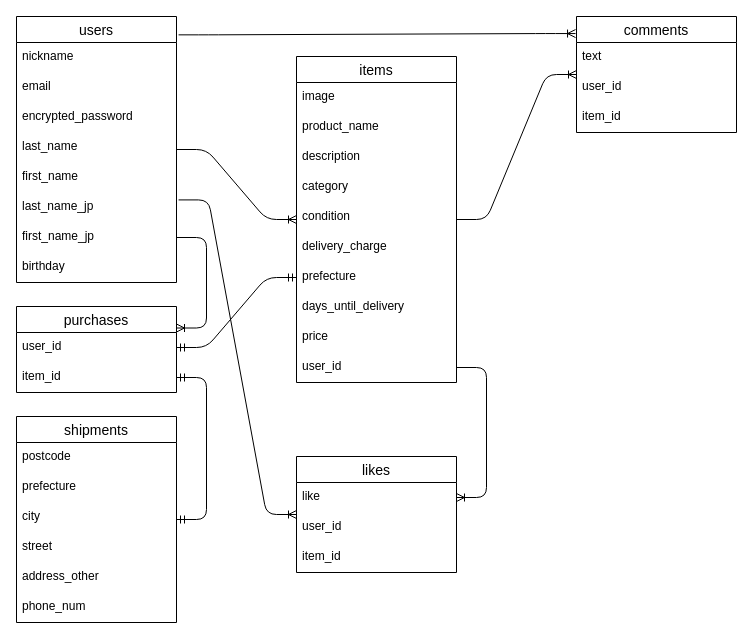
The draw.io diagram furima.dio in troymich123/furima-38091, before the edit. Source tidied: cells renumbered, new cells numbered last; positions are measured from the earlier drawing's top-left corner, leaving out a move shared by most shapes. Both pictures are drawn from the tidied source at 100%, with x=0, y=0 at pixel (16, 16).
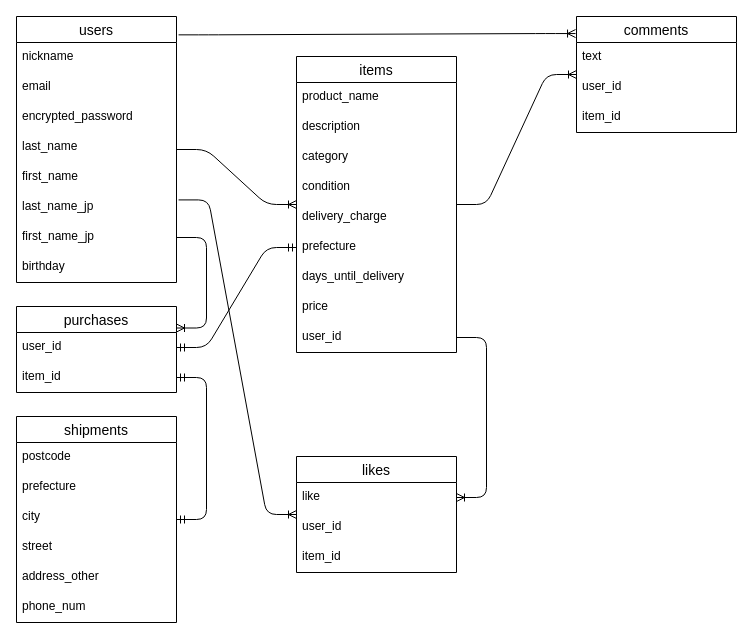
Above is the later version.

Change to the diagram source:
```diff
@@
     <mxCell id="11" value="items" style="swimlane;fontStyle=0;horizontal=1;startSize=26;align=center;fontSize=14;" parent="1" vertex="1">
-      <mxGeometry x="280" y="40" width="160" height="326" as="geometry" />
+      <mxGeometry x="280" y="40" width="160" height="296" as="geometry" />
     </mxCell>
-    <mxCell id="12" value="image" style="text;strokeColor=none;fillColor=none;spacingLeft=4;spacingRight=4;overflow=hidden;fontSize=12;" parent="11" vertex="1">
-      <mxGeometry y="26" width="160" height="30" as="geometry" />
-    </mxCell>
     <mxCell id="13" value="product_name" style="text;strokeColor=none;fillColor=none;spacingLeft=4;spacingRight=4;overflow=hidden;fontSize=12;" parent="11" vertex="1">
-      <mxGeometry y="56" width="160" height="30" as="geometry" />
+      <mxGeometry y="26" width="160" height="30" as="geometry" />
     </mxCell>
     <mxCell id="14" value="description" style="text;strokeColor=none;fillColor=none;spacingLeft=4;spacingRight=4;overflow=hidden;fontSize=12;" parent="11" vertex="1">
-      <mxGeometry y="86" width="160" height="30" as="geometry" />
+      <mxGeometry y="56" width="160" height="30" as="geometry" />
     </mxCell>
     <mxCell id="15" value="category" style="text;strokeColor=none;fillColor=none;spacingLeft=4;spacingRight=4;overflow=hidden;fontSize=12;" parent="11" vertex="1">
-      <mxGeometry y="116" width="160" height="30" as="geometry" />
+      <mxGeometry y="86" width="160" height="30" as="geometry" />
     </mxCell>
     <mxCell id="16" value="condition" style="text;strokeColor=none;fillColor=none;spacingLeft=4;spacingRight=4;overflow=hidden;fontSize=12;" parent="11" vertex="1">
-      <mxGeometry y="146" width="160" height="30" as="geometry" />
+      <mxGeometry y="116" width="160" height="30" as="geometry" />
     </mxCell>
     <mxCell id="17" value="delivery_charge" style="text;strokeColor=none;fillColor=none;spacingLeft=4;spacingRight=4;overflow=hidden;fontSize=12;" parent="11" vertex="1">
-      <mxGeometry y="176" width="160" height="30" as="geometry" />
+      <mxGeometry y="146" width="160" height="30" as="geometry" />
     </mxCell>
     <mxCell id="18" value="prefecture" style="text;strokeColor=none;fillColor=none;spacingLeft=4;spacingRight=4;overflow=hidden;points=[[0,0.5],[1,0.5]];portConstraint=eastwest;fontSize=12;" parent="11" vertex="1">
-      <mxGeometry y="206" width="160" height="30" as="geometry" />
+      <mxGeometry y="176" width="160" height="30" as="geometry" />
     </mxCell>
     <mxCell id="19" value="days_until_delivery" style="text;strokeColor=none;fillColor=none;spacingLeft=4;spacingRight=4;overflow=hidden;fontSize=12;" parent="11" vertex="1">
-      <mxGeometry y="236" width="160" height="30" as="geometry" />
+      <mxGeometry y="206" width="160" height="30" as="geometry" />
     </mxCell>
     <mxCell id="20" value="price" style="text;strokeColor=none;fillColor=none;spacingLeft=4;spacingRight=4;overflow=hidden;fontSize=12;" parent="11" vertex="1">
-      <mxGeometry y="266" width="160" height="30" as="geometry" />
+      <mxGeometry y="236" width="160" height="30" as="geometry" />
     </mxCell>
     <mxCell id="21" value="user_id" style="text;strokeColor=none;fillColor=none;spacingLeft=4;spacingRight=4;overflow=hidden;points=[[0,0.5],[1,0.5]];portConstraint=eastwest;fontSize=12;" parent="11" vertex="1">
-      <mxGeometry y="296" width="160" height="30" as="geometry" />
+      <mxGeometry y="266" width="160" height="30" as="geometry" />
     </mxCell>
```
